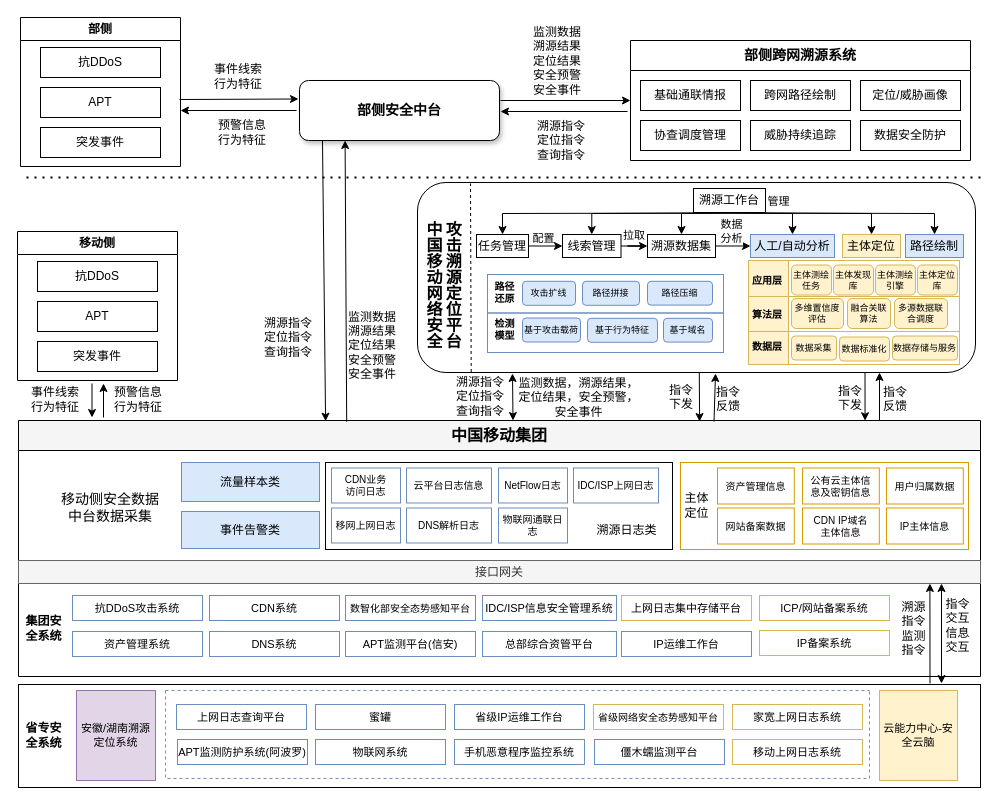
This is page "第 7 页" (7 of 8) of JhbPpt.drawio from asdlijinquan/-, a draw.io file, before an edit. Source tidied: cells renumbered, new cells numbered last; positions are measured from the earlier drawing's top-left corner, leaving out a move shared by most shapes. Both pictures are drawn from the tidied source at 100%, with x=0, y=0 at pixel (17, 17).
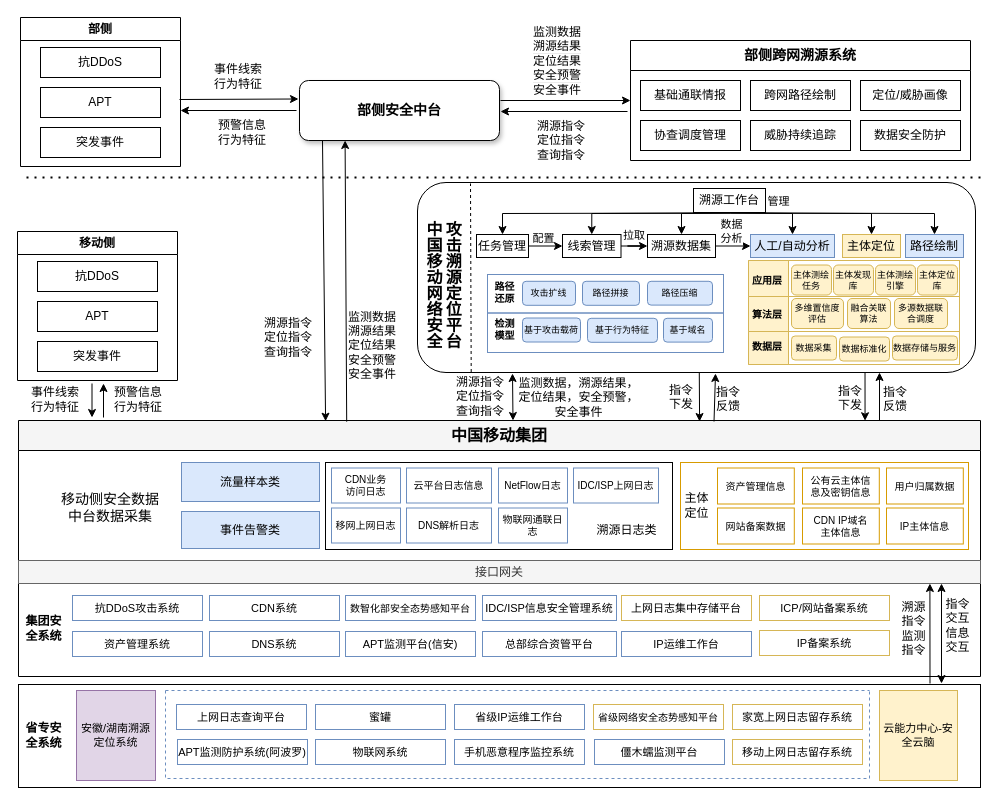
The same diagram, later.

Diff of the diagram source:
```diff
@@
-    <mxCell id="140" value="家宽上网日志系统" style="rounded=0;whiteSpace=wrap;html=1;fontSize=11;fillColor=none;strokeColor=#d6b656;" parent="1" vertex="1">
+    <mxCell id="140" value="家宽上网日志留存系统" style="rounded=0;whiteSpace=wrap;html=1;fontSize=11;fillColor=none;strokeColor=#d6b656;" parent="1" vertex="1">
       <mxGeometry x="715" y="687" width="130" height="25" as="geometry" />
     </mxCell>
-    <mxCell id="141" value="移动上网日志系统" style="rounded=0;whiteSpace=wrap;html=1;fontSize=11;fillColor=none;strokeColor=#d6b656;" parent="1" vertex="1">
+    <mxCell id="141" value="移动上网日志留存系统" style="rounded=0;whiteSpace=wrap;html=1;fontSize=11;fillColor=none;strokeColor=#d6b656;" parent="1" vertex="1">
       <mxGeometry x="715" y="722" width="130" height="25" as="geometry" />
     </mxCell>
```
